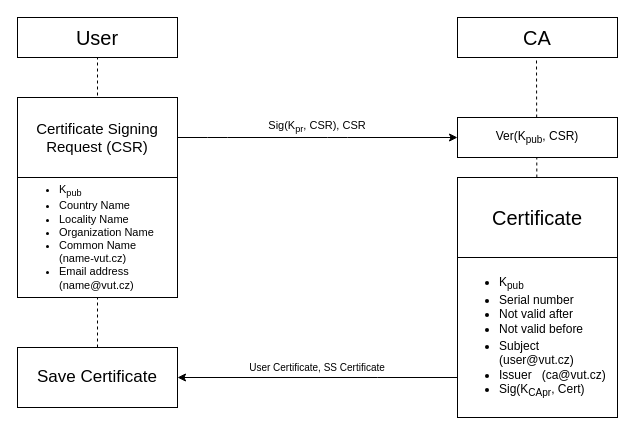
Earlier version of the draw.io diagram diagrams/cert_req/cert_req.drawio (SamoKopecky/krypto-projekt). Source tidied: cells renumbered, new cells numbered last; positions are measured from the earlier drawing's top-left corner, leaving out a move shared by most shapes. Both pictures are drawn from the tidied source at 100%, with x=0, y=0 at pixel (17, 17).
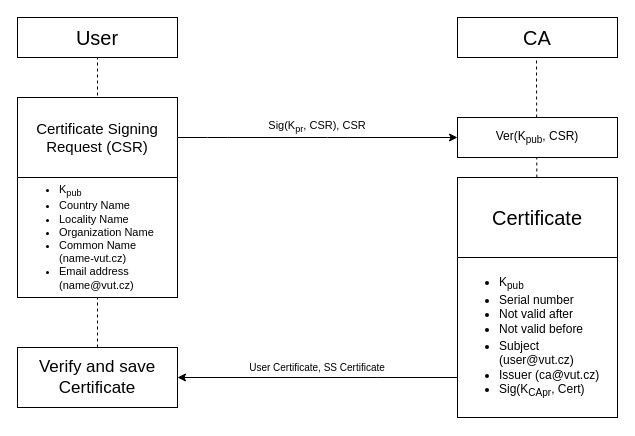
The same diagram, later.

Change to the diagram source:
```diff
@@
-    <mxCell id="11" value="&lt;div style=&quot;font-size: 12px&quot; align=&quot;left&quot;&gt;&lt;ul&gt;&lt;li&gt;&lt;font style=&quot;font-size: 12px&quot;&gt;K&lt;sub&gt;pub&lt;/sub&gt;&lt;/font&gt;&lt;/li&gt;&lt;li&gt;&lt;font style=&quot;font-size: 12px&quot;&gt;Serial number&lt;/font&gt;&lt;/li&gt;&lt;li&gt;&lt;font style=&quot;font-size: 12px&quot;&gt;Not valid after&lt;/font&gt;&lt;/li&gt;&lt;li&gt;&lt;font style=&quot;font-size: 12px&quot;&gt;Not valid before&lt;sub&gt;&lt;br style=&quot;font-size: 12px&quot;&gt;&lt;/sub&gt;&lt;/font&gt;&lt;/li&gt;&lt;li&gt;&lt;font style=&quot;font-size: 12px&quot;&gt;Subject (user@vut.cz)&lt;br&gt;&lt;/font&gt;&lt;/li&gt;&lt;li&gt;&lt;font style=&quot;font-size: 12px&quot;&gt;Issuer&amp;nbsp;&amp;nbsp; (ca@vut.cz)&lt;/font&gt;&lt;/li&gt;&lt;li&gt;&lt;font style=&quot;font-size: 12px&quot;&gt;Sig(K&lt;sub&gt;CApr&lt;/sub&gt;, Cert)&lt;br&gt;&lt;/font&gt;&lt;/li&gt;&lt;/ul&gt;&lt;/div&gt;" style="rounded=0;whiteSpace=wrap;html=1;fontSize=10;align=left;" parent="1" vertex="1">
+    <mxCell id="11" value="&lt;div style=&quot;font-size: 12px&quot; align=&quot;left&quot;&gt;&lt;ul&gt;&lt;li&gt;&lt;font style=&quot;font-size: 12px&quot;&gt;K&lt;sub&gt;pub&lt;/sub&gt;&lt;/font&gt;&lt;/li&gt;&lt;li&gt;&lt;font style=&quot;font-size: 12px&quot;&gt;Serial number&lt;/font&gt;&lt;/li&gt;&lt;li&gt;&lt;font style=&quot;font-size: 12px&quot;&gt;Not valid after&lt;/font&gt;&lt;/li&gt;&lt;li&gt;&lt;font style=&quot;font-size: 12px&quot;&gt;Not valid before&lt;sub&gt;&lt;br style=&quot;font-size: 12px&quot;&gt;&lt;/sub&gt;&lt;/font&gt;&lt;/li&gt;&lt;li&gt;&lt;font style=&quot;font-size: 12px&quot;&gt;Subject (user@vut.cz)&lt;br&gt;&lt;/font&gt;&lt;/li&gt;&lt;li&gt;&lt;font style=&quot;font-size: 12px&quot;&gt;Issuer (ca@vut.cz)&lt;/font&gt;&lt;/li&gt;&lt;li&gt;&lt;font style=&quot;font-size: 12px&quot;&gt;Sig(K&lt;sub&gt;CApr&lt;/sub&gt;, Cert)&lt;br&gt;&lt;/font&gt;&lt;/li&gt;&lt;/ul&gt;&lt;/div&gt;" style="rounded=0;whiteSpace=wrap;html=1;fontSize=10;align=left;" parent="1" vertex="1">
       <mxGeometry x="440" y="240" width="160" height="160" as="geometry" />
     </mxCell>
@@
-    <mxCell id="14" value="&lt;font style=&quot;font-size: 17px&quot;&gt;Save Certificate&lt;br&gt;&lt;/font&gt;" style="rounded=0;whiteSpace=wrap;html=1;fontSize=10;" parent="1" vertex="1">
+    <mxCell id="14" value="&lt;font style=&quot;font-size: 17px&quot;&gt;Verify and save Certificate&lt;br&gt;&lt;/font&gt;" style="rounded=0;whiteSpace=wrap;html=1;fontSize=10;" parent="1" vertex="1">
       <mxGeometry y="330" width="160" height="60" as="geometry" />
     </mxCell>
```
